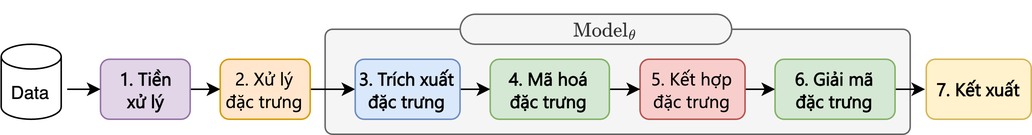
hmthanh/master_thesis keeps this draw.io diagram as thesis/images/CommonStage.png. Above is the earlier version. Source tidied: cells renumbered, new cells last; positions are measured from the earlier drawing's top-left corner, leaving out a move shared by most shapes.
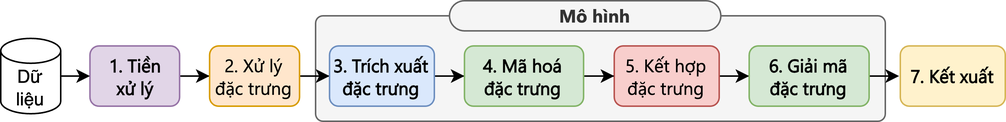
Later version of the same file.

The edit, as a diff of the source:
```diff
@@ -3,7 +3,7 @@
     <mxCell id="0" />
     <mxCell id="1" parent="0" />
     <mxCell id="2" style="rounded=1;whiteSpace=wrap;html=1;arcSize=7;fillColor=#f5f5f5;fontColor=#333333;strokeColor=#666666;" parent="1" vertex="1">
-      <mxGeometry x="216.3" y="10" width="390" height="70" as="geometry" />
+      <mxGeometry x="217" y="10" width="380" height="70" as="geometry" />
     </mxCell>
     <mxCell id="3" style="edgeStyle=orthogonalEdgeStyle;rounded=0;jettySize=auto;html=1;entryX=0;entryY=0.5;entryDx=0;entryDy=0;" parent="1" edge="1" source="4" target="6">
       <mxGeometry relative="1" as="geometry" />
@@ -21,29 +21,29 @@
       <mxGeometry relative="1" as="geometry" />
     </mxCell>
     <mxCell id="8" value="&lt;b&gt;3. Trích xuất&lt;/b&gt;&lt;div&gt;&lt;b&gt;đặc trưng&lt;/b&gt;&lt;/div&gt;" style="rounded=1;whiteSpace=wrap;html=1;fillColor=#dae8fc;strokeColor=#6c8ebf;fontFamily=SVN-Segoe UI;" parent="1" vertex="1">
-      <mxGeometry x="236.3" y="30" width="69.9" height="40" as="geometry" />
+      <mxGeometry x="226.3" y="30" width="69.9" height="40" as="geometry" />
     </mxCell>
     <mxCell id="9" style="edgeStyle=orthogonalEdgeStyle;rounded=0;jettySize=auto;html=1;entryX=0;entryY=0.5;entryDx=0;entryDy=0;" parent="1" edge="1" source="10" target="14">
       <mxGeometry relative="1" as="geometry" />
     </mxCell>
     <mxCell id="10" value="5. Kết hợp&lt;div&gt;đặc trưng&lt;/div&gt;" style="rounded=1;whiteSpace=wrap;html=1;fillColor=#f8cecc;strokeColor=#b85450;fontFamily=SVN-Segoe UI;" parent="1" vertex="1">
-      <mxGeometry x="426.2" y="30" width="70" height="40" as="geometry" />
+      <mxGeometry x="416.2" y="30" width="70" height="40" as="geometry" />
     </mxCell>
     <mxCell id="11" style="edgeStyle=orthogonalEdgeStyle;rounded=0;jettySize=auto;html=1;entryX=0;entryY=0.5;entryDx=0;entryDy=0;" parent="1" edge="1" source="12" target="10">
       <mxGeometry relative="1" as="geometry" />
     </mxCell>
     <mxCell id="12" value="&lt;b&gt;4. Mã hoá&lt;/b&gt;&lt;div&gt;&lt;b&gt;đặc trưng&lt;/b&gt;&lt;/div&gt;" style="rounded=1;whiteSpace=wrap;html=1;fillColor=#d5e8d4;strokeColor=#82b366;fontFamily=SVN-Segoe UI;" parent="1" vertex="1">
-      <mxGeometry x="326.3" y="30" width="79.5" height="40" as="geometry" />
+      <mxGeometry x="316.3" y="30" width="79.5" height="40" as="geometry" />
     </mxCell>
     <mxCell id="13" style="edgeStyle=orthogonalEdgeStyle;rounded=0;jettySize=auto;html=1;entryX=0;entryY=0.5;entryDx=0;entryDy=0;" parent="1" edge="1" source="14">
       <mxGeometry relative="1" as="geometry">
-        <mxPoint x="616.3" y="50" as="targetPoint" />
+        <mxPoint x="606.3" y="50" as="targetPoint" />
       </mxGeometry>
     </mxCell>
     <mxCell id="14" value="&lt;b&gt;6. Giải mã&lt;/b&gt;&lt;div&gt;&lt;b&gt;đặc trưng&lt;/b&gt;&lt;/div&gt;" style="rounded=1;whiteSpace=wrap;html=1;fillColor=#d5e8d4;strokeColor=#82b366;fontFamily=SVN-Segoe UI;" parent="1" vertex="1">
-      <mxGeometry x="516.2" y="30" width="80" height="40" as="geometry" />
+      <mxGeometry x="506.2" y="30" width="80" height="40" as="geometry" />
     </mxCell>
-    <mxCell id="15" value="$$\text{Model}_\theta$$" style="rounded=1;whiteSpace=wrap;html=1;fillColor=#f5f5f5;strokeColor=#666666;fontFamily=Segoe UI;fontStyle=1;align=center;spacingLeft=14;fontColor=#333333;arcSize=50;" parent="1" vertex="1">
+    <mxCell id="15" value="Mô hình" style="rounded=1;whiteSpace=wrap;html=1;fillColor=#f5f5f5;strokeColor=#666666;fontFamily=Segoe UI;fontStyle=1;align=center;spacingLeft=14;fontColor=#333333;arcSize=50;" parent="1" vertex="1">
       <mxGeometry x="306.3" width="181" height="20" as="geometry" />
     </mxCell>
     <mxCell id="16" style="edgeStyle=orthogonalEdgeStyle;rounded=0;jettySize=auto;html=1;entryX=0;entryY=0.5;entryDx=0;entryDy=0;" parent="1" edge="1" target="4">
@@ -51,11 +51,11 @@
         <mxPoint x="44.3" y="50" as="sourcePoint" />
       </mxGeometry>
     </mxCell>
-    <mxCell id="17" value="Data" style="shape=cylinder3;whiteSpace=wrap;html=1;boundedLbl=1;backgroundOutline=1;size=8.25000000000017;" parent="1" vertex="1">
-      <mxGeometry x="0.3" y="20" width="40" height="50" as="geometry" />
+    <mxCell id="17" value="Dữ liệu" style="shape=cylinder3;whiteSpace=wrap;html=1;boundedLbl=1;backgroundOutline=1;size=8.25000000000017;" parent="1" vertex="1">
+      <mxGeometry x="7" y="25" width="40" height="50" as="geometry" />
     </mxCell>
     <mxCell id="18" value="&lt;b&gt;7. Kết xuất&lt;/b&gt;" style="rounded=1;whiteSpace=wrap;html=1;fillColor=#fff2cc;strokeColor=#d6b656;fontFamily=SVN-Segoe UI;" parent="1" vertex="1">
-      <mxGeometry x="617" y="30" width="70" height="40" as="geometry" />
+      <mxGeometry x="607" y="30" width="70" height="40" as="geometry" />
     </mxCell>
   </root>
 </mxGraphModel>
```
